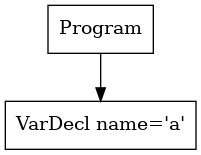
The Graphviz diagram ast.png in ecila1011/P2, before a commit. Its source is kept beside it as ast.dot.
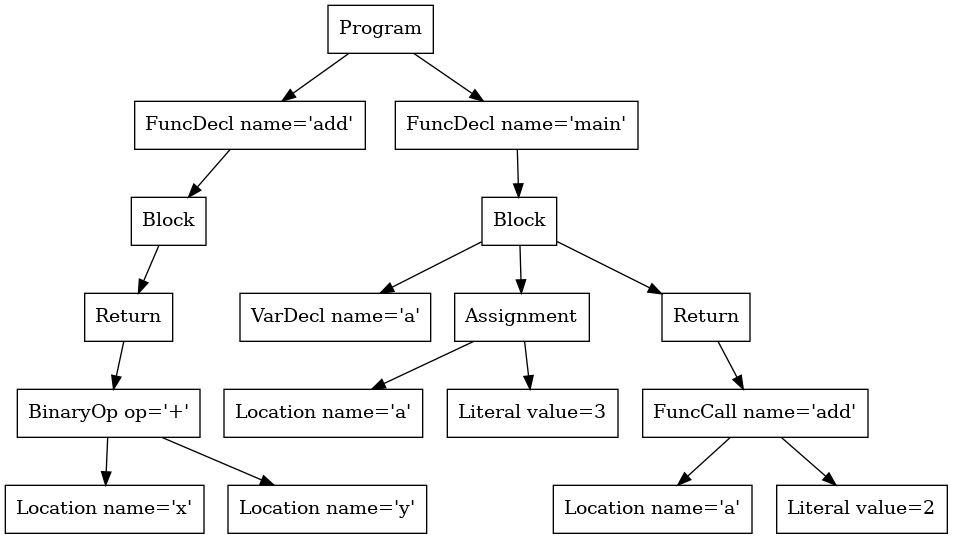
After the commit.

Diff of the diagram source:
```diff
@@ -1,5 +1,35 @@
 digraph AST {
-1 [shape=box, label="VarDecl name='a'"];
+5 [shape=box, label="Location name='x'"];
+6 [shape=box, label="Location name='y'"];
+4 [shape=box, label="BinaryOp op='+'"];
+4 -> 5;
+4 -> 6;
+3 [shape=box, label="Return"];
+3 -> 4;
+2 [shape=box, label="Block"];
+2 -> 3;
+1 [shape=box, label="FuncDecl name='add'"];
+1 -> 2;
+9 [shape=box, label="VarDecl name='a'"];
+11 [shape=box, label="Location name='a'"];
+12 [shape=box, label="Literal value=3"];
+10 [shape=box, label="Assignment"];
+10 -> 11;
+10 -> 12;
+15 [shape=box, label="Location name='a'"];
+16 [shape=box, label="Literal value=2"];
+14 [shape=box, label="FuncCall name='add'"];
+14 -> 15;
+14 -> 16;
+13 [shape=box, label="Return"];
+13 -> 14;
+8 [shape=box, label="Block"];
+8 -> 9;
+8 -> 10;
+8 -> 13;
+7 [shape=box, label="FuncDecl name='main'"];
+7 -> 8;
 0 [shape=box, label="Program"];
 0 -> 1;
+0 -> 7;
 }
```
